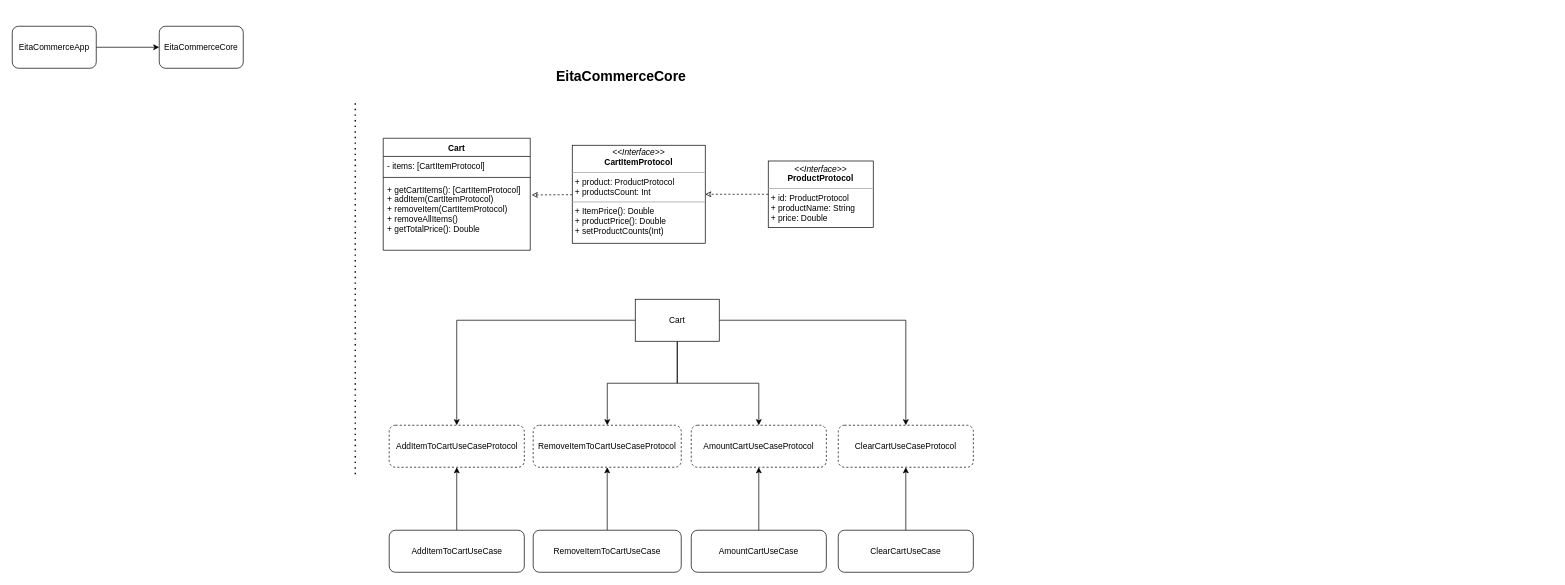
Above: Ecommerce.drawio in eitaumdev/EitaCommerceApp (draw.io), before the change. Source tidied: cells renumbered, new cells numbered last; positions are measured from the earlier drawing's top-left corner, leaving out a move shared by most shapes. Both pictures are drawn from the tidied source at 70%, with x=0, y=0 at pixel (12, 26).
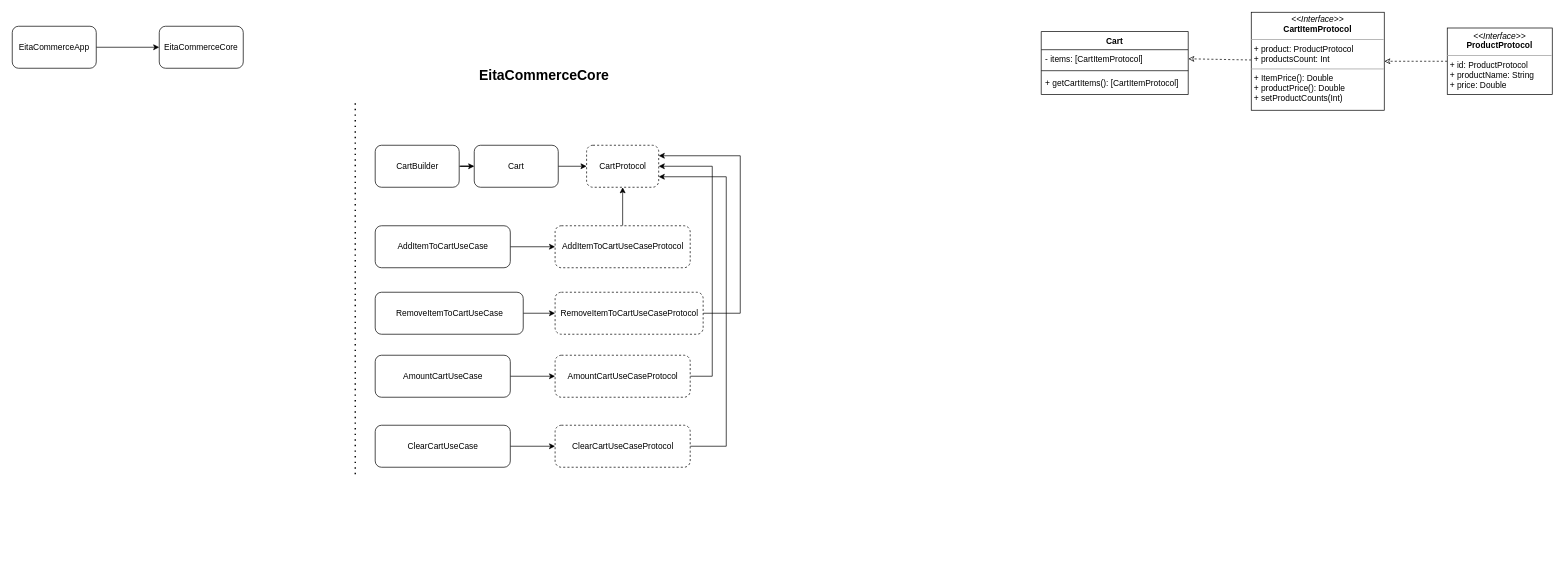
The same diagram, later.

Unchanged cells that the change refers to:
```xml
<mxCell id="7" value="- items: [CartItemProtocol]" style="text;strokeColor=none;fillColor=none;align=left;verticalAlign=top;spacingLeft=4;spacingRight=4;overflow=hidden;points=[[0,0.5],[1,0.5]];portConstraint=eastwest;" parent="6" vertex="1">
  <mxGeometry y="26" width="210" height="26" as="geometry" />
</mxCell>
```

The edit, as a diff of the source:
```diff
@@
     <mxCell id="6" value="Cart" style="swimlane;fontStyle=1;align=center;verticalAlign=top;horizontal=1;startSize=26;" parent="1" vertex="1">
-      <mxGeometry x="530" y="160" width="210" height="160" as="geometry" />
+      <mxGeometry x="1470" y="7.5" width="210" height="90" as="geometry" />
     </mxCell>
@@
-    <mxCell id="9" value="+ getCartItems(): [CartItemProtocol]&#10;+ addItem(CartItemProtocol)&#10;+ removeItem(CartItemProtocol)&#10;+ removeAllItems()&#10;+ getTotalPrice(): Double" style="text;strokeColor=none;fillColor=none;align=left;verticalAlign=top;spacingLeft=4;spacingRight=4;overflow=hidden;points=[[0,0.5],[1,0.5]];portConstraint=eastwest;" parent="6" vertex="1">
-      <mxGeometry y="60" width="210" height="100" as="geometry" />
+    <mxCell id="9" value="+ getCartItems(): [CartItemProtocol]" style="text;strokeColor=none;fillColor=none;align=left;verticalAlign=top;spacingLeft=4;spacingRight=4;overflow=hidden;points=[[0,0.5],[1,0.5]];portConstraint=eastwest;" parent="6" vertex="1">
+      <mxGeometry y="60" width="210" height="30" as="geometry" />
     </mxCell>
     <mxCell id="10" value="EitaCommerceCore" style="text;html=1;strokeColor=none;fillColor=none;align=center;verticalAlign=middle;whiteSpace=wrap;rounded=0;fontStyle=1;fontSize=20;" parent="1" vertex="1">
-      <mxGeometry x="790" y="60" width="160" height="20" as="geometry" />
+      <mxGeometry x="680" y="60" width="160" height="20" as="geometry" />
     </mxCell>
-    <mxCell id="11" style="edgeStyle=none;rounded=0;sketch=0;jettySize=auto;html=1;dashed=1;fontSize=20;startArrow=none;startFill=0;endArrow=classic;endFill=0;entryX=1.01;entryY=0.21;entryDx=0;entryDy=0;entryPerimeter=0;" parent="1" edge="1" source="12" target="9">
+    <mxCell id="11" style="edgeStyle=none;rounded=0;sketch=0;jettySize=auto;html=1;dashed=1;fontSize=20;startArrow=none;startFill=0;endArrow=classic;endFill=0;entryX=1;entryY=0.5;entryDx=0;entryDy=0;" parent="1" edge="1" source="12" target="7">
       <mxGeometry relative="1" as="geometry" />
     </mxCell>
     <mxCell id="12" value="&lt;p style=&quot;margin: 0px ; margin-top: 4px ; text-align: center&quot;&gt;&lt;i&gt;&amp;lt;&amp;lt;Interface&amp;gt;&amp;gt;&lt;/i&gt;&lt;br&gt;&lt;b&gt;CartItemProtocol&lt;/b&gt;&lt;/p&gt;&lt;hr size=&quot;1&quot;&gt;&lt;p style=&quot;margin: 0px ; margin-left: 4px&quot;&gt;+ product: ProductProtocol&lt;br&gt;+ productsCount: Int&lt;/p&gt;&lt;hr size=&quot;1&quot;&gt;&lt;p style=&quot;margin: 0px ; margin-left: 4px&quot;&gt;+ ItemPrice(): Double&lt;br&gt;+ productPrice(): Double&lt;/p&gt;&lt;p style=&quot;margin: 0px ; margin-left: 4px&quot;&gt;+ setProductCounts(Int)&lt;/p&gt;" style="verticalAlign=top;align=left;overflow=fill;fontSize=12;fontFamily=Helvetica;html=1;" parent="1" vertex="1">
-      <mxGeometry x="800" y="170" width="190" height="140" as="geometry" />
+      <mxGeometry x="1770" y="-20" width="190" height="140" as="geometry" />
     </mxCell>
@@
     <mxCell id="14" value="&lt;p style=&quot;margin: 0px ; margin-top: 4px ; text-align: center&quot;&gt;&lt;i&gt;&amp;lt;&amp;lt;Interface&amp;gt;&amp;gt;&lt;/i&gt;&lt;br&gt;&lt;b&gt;ProductProtocol&lt;/b&gt;&lt;/p&gt;&lt;hr size=&quot;1&quot;&gt;&lt;p style=&quot;margin: 0px ; margin-left: 4px&quot;&gt;+ id: ProductProtocol&lt;br&gt;+ productName: String&lt;/p&gt;&lt;p style=&quot;margin: 0px ; margin-left: 4px&quot;&gt;+ price: Double&lt;/p&gt;&lt;p style=&quot;margin: 0px ; margin-left: 4px&quot;&gt;&lt;br&gt;&lt;/p&gt;" style="verticalAlign=top;align=left;overflow=fill;fontSize=12;fontFamily=Helvetica;html=1;" parent="1" vertex="1">
-      <mxGeometry x="1080" y="192.5" width="150" height="95" as="geometry" />
+      <mxGeometry x="2050" y="2.5" width="150" height="95" as="geometry" />
     </mxCell>
-    <mxCell id="15" style="edgeStyle=orthogonalEdgeStyle;rounded=0;jettySize=auto;html=1;" parent="1" edge="1" source="19" target="20">
-      <mxGeometry relative="1" as="geometry" />
-    </mxCell>
-    <mxCell id="16" style="edgeStyle=orthogonalEdgeStyle;rounded=0;jettySize=auto;html=1;exitX=0.5;exitY=1;exitDx=0;exitDy=0;" parent="1" edge="1" source="19" target="21">
-      <mxGeometry relative="1" as="geometry" />
-    </mxCell>
-    <mxCell id="17" style="edgeStyle=orthogonalEdgeStyle;rounded=0;jettySize=auto;html=1;exitX=1;exitY=0.5;exitDx=0;exitDy=0;" parent="1" edge="1" source="19" target="22">
-      <mxGeometry relative="1" as="geometry" />
-    </mxCell>
-    <mxCell id="18" style="edgeStyle=orthogonalEdgeStyle;rounded=0;jettySize=auto;html=1;" parent="1" edge="1" source="19" target="23">
-      <mxGeometry relative="1" as="geometry" />
-    </mxCell>
+    <mxCell id="32" style="edgeStyle=orthogonalEdgeStyle;rounded=0;jettySize=auto;html=1;" parent="1" edge="1" source="19" target="39">
+      <mxGeometry relative="1" as="geometry" />
+    </mxCell>
-    <mxCell id="19" value="Cart" style="rounded=0;whiteSpace=wrap;html=1;" parent="1" vertex="1">
-      <mxGeometry x="890" y="390" width="120" height="60" as="geometry" />
+    <mxCell id="19" value="Cart" style="rounded=1;whiteSpace=wrap;html=1;" parent="1" vertex="1">
+      <mxGeometry x="660" y="170" width="120" height="60" as="geometry" />
     </mxCell>
+    <mxCell id="33" style="edgeStyle=orthogonalEdgeStyle;rounded=0;jettySize=auto;html=1;entryX=0.5;entryY=1;entryDx=0;entryDy=0;exitX=0.5;exitY=0;exitDx=0;exitDy=0;" parent="1" edge="1" source="20" target="39">
+      <mxGeometry relative="1" as="geometry" />
+    </mxCell>
     <mxCell id="20" value="AddItemToCartUseCaseProtocol" style="rounded=1;whiteSpace=wrap;html=1;dashed=1;" parent="1" vertex="1">
-      <mxGeometry x="538.5" y="570" width="193" height="60" as="geometry" />
+      <mxGeometry x="775.5" y="285" width="193" height="60" as="geometry" />
     </mxCell>
+    <mxCell id="34" style="edgeStyle=orthogonalEdgeStyle;rounded=0;jettySize=auto;html=1;entryX=1;entryY=0.25;entryDx=0;entryDy=0;exitX=1;exitY=0.5;exitDx=0;exitDy=0;" parent="1" edge="1" source="21" target="39">
+      <mxGeometry relative="1" as="geometry">
+        <Array as="points">
+          <mxPoint x="1040" y="410" />
+          <mxPoint x="1040" y="185" />
+        </Array>
+      </mxGeometry>
+    </mxCell>
     <mxCell id="21" value="RemoveItemToCartUseCaseProtocol" style="rounded=1;whiteSpace=wrap;html=1;dashed=1;" parent="1" vertex="1">
-      <mxGeometry x="744.2" y="570" width="211.5" height="60" as="geometry" />
+      <mxGeometry x="775.5" y="380" width="211.5" height="60" as="geometry" />
     </mxCell>
+    <mxCell id="35" style="edgeStyle=orthogonalEdgeStyle;rounded=0;jettySize=auto;html=1;entryX=1;entryY=0.75;entryDx=0;entryDy=0;exitX=1;exitY=0.5;exitDx=0;exitDy=0;" parent="1" edge="1" source="22" target="39">
+      <mxGeometry relative="1" as="geometry">
+        <Array as="points">
+          <mxPoint x="1020" y="600" />
+          <mxPoint x="1020" y="215" />
+        </Array>
+      </mxGeometry>
+    </mxCell>
     <mxCell id="22" value="ClearCartUseCaseProtocol" style="rounded=1;whiteSpace=wrap;html=1;dashed=1;" parent="1" vertex="1">
-      <mxGeometry x="1180" y="570" width="193" height="60" as="geometry" />
+      <mxGeometry x="775.5" y="570" width="193" height="60" as="geometry" />
     </mxCell>
+    <mxCell id="36" style="edgeStyle=orthogonalEdgeStyle;rounded=0;jettySize=auto;html=1;entryX=1;entryY=0.5;entryDx=0;entryDy=0;exitX=1;exitY=0.5;exitDx=0;exitDy=0;" parent="1" edge="1" source="23" target="39">
+      <mxGeometry relative="1" as="geometry">
+        <Array as="points">
+          <mxPoint x="1000" y="500" />
+          <mxPoint x="1000" y="200" />
+        </Array>
+      </mxGeometry>
+    </mxCell>
     <mxCell id="23" value="AmountCartUseCaseProtocol" style="rounded=1;whiteSpace=wrap;html=1;dashed=1;" parent="1" vertex="1">
-      <mxGeometry x="970" y="570" width="193" height="60" as="geometry" />
+      <mxGeometry x="775.5" y="470" width="193" height="60" as="geometry" />
     </mxCell>
-    <mxCell id="24" style="edgeStyle=orthogonalEdgeStyle;rounded=0;jettySize=auto;html=1;entryX=0.5;entryY=1;entryDx=0;entryDy=0;" parent="1" edge="1" source="25" target="20">
+    <mxCell id="24" style="edgeStyle=orthogonalEdgeStyle;rounded=0;jettySize=auto;html=1;entryX=0;entryY=0.5;entryDx=0;entryDy=0;" parent="1" edge="1" source="25" target="20">
       <mxGeometry relative="1" as="geometry" />
     </mxCell>
     <mxCell id="25" value="AddItemToCartUseCase" style="rounded=1;whiteSpace=wrap;html=1;" parent="1" vertex="1">
-      <mxGeometry x="538.5" y="720" width="193" height="60" as="geometry" />
+      <mxGeometry x="518.5" y="285" width="193" height="60" as="geometry" />
     </mxCell>
-    <mxCell id="26" style="edgeStyle=orthogonalEdgeStyle;rounded=0;jettySize=auto;html=1;exitX=0.5;exitY=0;exitDx=0;exitDy=0;entryX=0.5;entryY=1;entryDx=0;entryDy=0;" parent="1" edge="1" source="27" target="21">
+    <mxCell id="26" style="edgeStyle=orthogonalEdgeStyle;rounded=0;jettySize=auto;html=1;exitX=1;exitY=0.5;exitDx=0;exitDy=0;entryX=0;entryY=0.5;entryDx=0;entryDy=0;" parent="1" edge="1" source="27" target="21">
       <mxGeometry relative="1" as="geometry" />
     </mxCell>
     <mxCell id="27" value="RemoveItemToCartUseCase" style="rounded=1;whiteSpace=wrap;html=1;" parent="1" vertex="1">
-      <mxGeometry x="744.2" y="720" width="211.5" height="60" as="geometry" />
+      <mxGeometry x="518.5" y="380" width="211.5" height="60" as="geometry" />
     </mxCell>
@@
     <mxCell id="29" value="ClearCartUseCase" style="rounded=1;whiteSpace=wrap;html=1;" parent="1" vertex="1">
-      <mxGeometry x="1180" y="720" width="193" height="60" as="geometry" />
+      <mxGeometry x="518.5" y="570" width="193" height="60" as="geometry" />
     </mxCell>
-    <mxCell id="30" style="edgeStyle=orthogonalEdgeStyle;rounded=0;jettySize=auto;html=1;entryX=0.5;entryY=1;entryDx=0;entryDy=0;" parent="1" edge="1" source="31" target="23">
+    <mxCell id="30" style="edgeStyle=orthogonalEdgeStyle;rounded=0;jettySize=auto;html=1;entryX=0;entryY=0.5;entryDx=0;entryDy=0;" parent="1" edge="1" source="31" target="23">
       <mxGeometry relative="1" as="geometry" />
     </mxCell>
     <mxCell id="31" value="AmountCartUseCase" style="rounded=1;whiteSpace=wrap;html=1;" parent="1" vertex="1">
-      <mxGeometry x="970" y="720" width="193" height="60" as="geometry" />
+      <mxGeometry x="518.5" y="470" width="193" height="60" as="geometry" />
     </mxCell>
+    <mxCell id="37" style="edgeStyle=orthogonalEdgeStyle;rounded=0;jettySize=auto;html=1;entryX=0;entryY=0.5;entryDx=0;entryDy=0;" parent="1" edge="1" source="38" target="19">
+      <mxGeometry relative="1" as="geometry" />
+    </mxCell>
+    <mxCell id="38" value="CartBuilder" style="rounded=1;whiteSpace=wrap;html=1;" parent="1" vertex="1">
+      <mxGeometry x="518.5" y="170" width="120" height="60" as="geometry" />
+    </mxCell>
+    <mxCell id="39" value="CartProtocol" style="rounded=1;whiteSpace=wrap;html=1;dashed=1;" parent="1" vertex="1">
+      <mxGeometry x="820.5" y="170" width="103" height="60" as="geometry" />
+    </mxCell>
```
